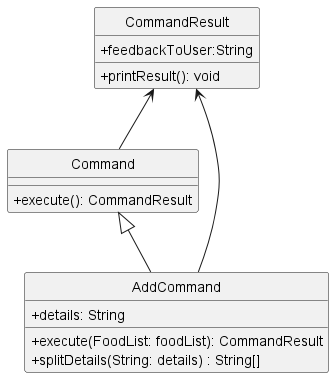
tsx0314/tp keeps this PlantUML diagram as docs/images/AddCommandClassDiagram.png. Above is the earlier version.
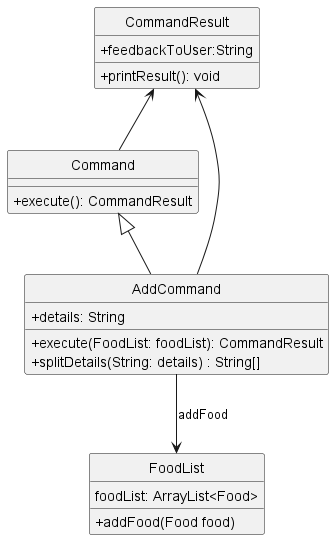
Later version of the same file.

Commit message:
Update Class Diagram

Change to the diagram source:
```diff
@@ -16,6 +16,11 @@
     +printResult(): void
 }
 
+class FoodList {
+    +addFood(Food food)
+    foodList: ArrayList<Food>
+}
+AddCommand --> FoodList : addFood
 Command <|-- AddCommand
 CommandResult <-- AddCommand
 CommandResult <-- Command
```
